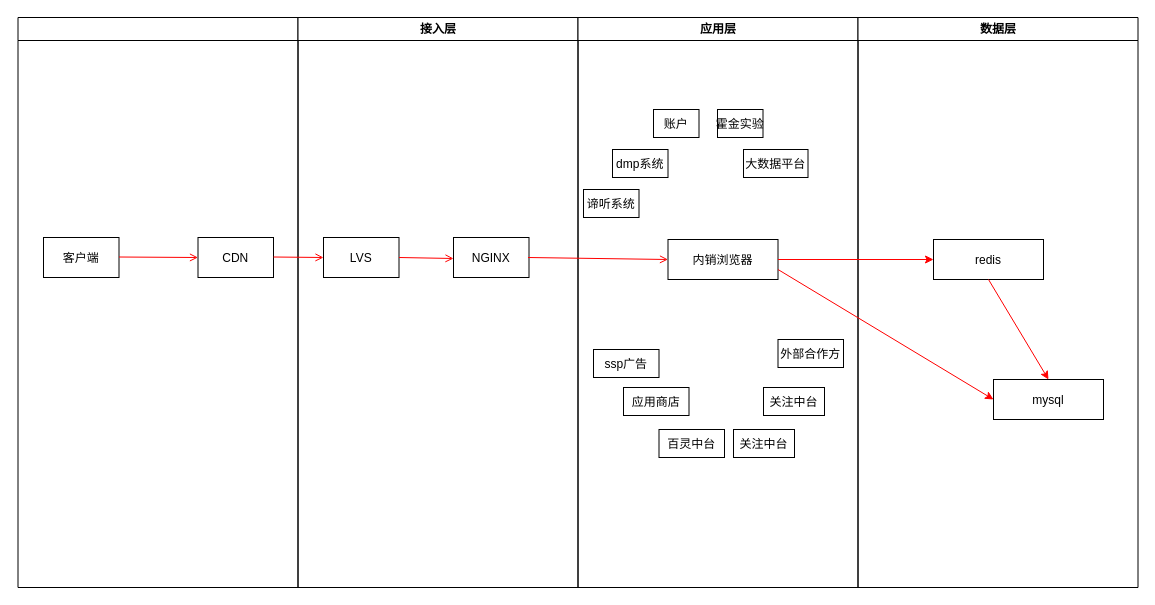
Before: 1.drawio in jqg156/myexample, a draw.io diagram. Source tidied: cells renumbered, new cells numbered last; positions are measured from the earlier drawing's top-left corner, leaving out a move shared by most shapes. Both pictures are drawn from the tidied source at 100%, with x=0, y=0 at pixel (17, 17).
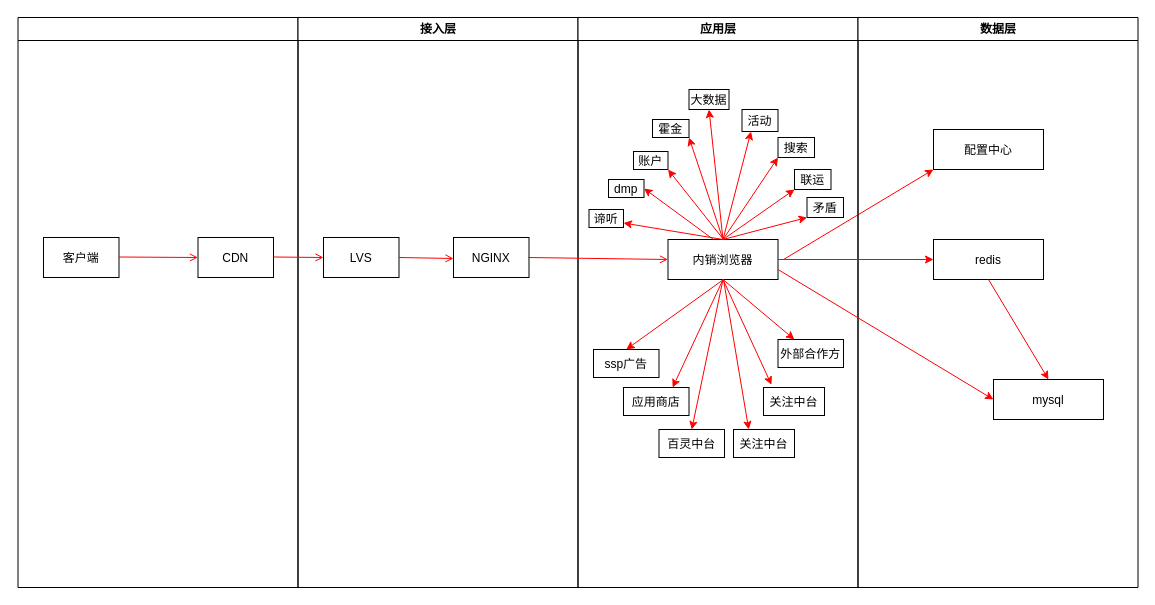
After the change.

The change refers to these unchanged cells:
```xml
<mxCell id="10" value="应用层" style="swimlane;whiteSpace=wrap;" parent="1" vertex="1">
  <mxGeometry x="560.5" width="280" height="570" as="geometry" />
</mxCell>
<mxCell id="11" value="内销浏览器" parent="10" vertex="1">
  <mxGeometry x="90" y="222" width="110" height="40" as="geometry" />
</mxCell>
<mxCell id="13" value="ssp广告" parent="10" vertex="1">
  <mxGeometry x="15.5" y="332" width="65.5" height="28" as="geometry" />
</mxCell>
<mxCell id="15" value="百灵中台" parent="10" vertex="1">
  <mxGeometry x="81" y="412" width="65.5" height="28" as="geometry" />
</mxCell>
<mxCell id="16" value="应用商店" parent="10" vertex="1">
  <mxGeometry x="45.5" y="370" width="65.5" height="28" as="geometry" />
</mxCell>
<mxCell id="17" value="关注中台" parent="10" vertex="1">
  <mxGeometry x="155.5" y="412" width="61" height="28" as="geometry" />
</mxCell>
<mxCell id="18" value="外部合作方" parent="10" vertex="1">
  <mxGeometry x="200" y="322" width="65.5" height="28" as="geometry" />
</mxCell>
<mxCell id="19" value="关注中台" parent="10" vertex="1">
  <mxGeometry x="185.5" y="370" width="61" height="28" as="geometry" />
</mxCell>
<mxCell id="23" value="数据层" style="swimlane;whiteSpace=wrap;" parent="1" vertex="1">
  <mxGeometry x="840.5" width="280" height="570" as="geometry" />
</mxCell>
```

The edit, as a diff of the source:
```diff
@@
     <mxCell id="12" value="账户" parent="10" vertex="1">
-      <mxGeometry x="75.5" y="92" width="45.5" height="28" as="geometry" />
+      <mxGeometry x="55.5" y="134" width="34.5" height="18" as="geometry" />
     </mxCell>
@@
-    <mxCell id="14" value="谛听系统" parent="10" vertex="1">
-      <mxGeometry x="5.5" y="172" width="55.5" height="28" as="geometry" />
+    <mxCell id="14" value="谛听" parent="10" vertex="1">
+      <mxGeometry x="11" y="192" width="34.5" height="18" as="geometry" />
     </mxCell>
@@
-    <mxCell id="20" value="dmp系统" parent="10" vertex="1">
-      <mxGeometry x="34.5" y="132" width="55.5" height="28" as="geometry" />
+    <mxCell id="20" value="dmp" parent="10" vertex="1">
+      <mxGeometry x="30.5" y="162" width="35.5" height="18" as="geometry" />
     </mxCell>
-    <mxCell id="21" value="霍金实验" parent="10" vertex="1">
-      <mxGeometry x="139.5" y="92" width="45.5" height="28" as="geometry" />
+    <mxCell id="21" value="霍金" parent="10" vertex="1">
+      <mxGeometry x="74.5" y="102" width="36.5" height="18" as="geometry" />
     </mxCell>
-    <mxCell id="22" value="大数据平台" parent="10" vertex="1">
-      <mxGeometry x="165.5" y="132" width="64.5" height="28" as="geometry" />
+    <mxCell id="22" value="大数据" parent="10" vertex="1">
+      <mxGeometry x="111" y="72" width="40" height="20" as="geometry" />
     </mxCell>
+    <mxCell id="31" value="活动" parent="10" vertex="1">
+      <mxGeometry x="164" y="92" width="36" height="22" as="geometry" />
+    </mxCell>
+    <mxCell id="32" value="搜索" parent="10" vertex="1">
+      <mxGeometry x="200" y="120" width="36.5" height="20" as="geometry" />
+    </mxCell>
+    <mxCell id="33" value="联运" parent="10" vertex="1">
+      <mxGeometry x="216.5" y="152" width="36.5" height="20" as="geometry" />
+    </mxCell>
+    <mxCell id="34" value="矛盾" parent="10" vertex="1">
+      <mxGeometry x="229" y="180" width="36.5" height="20" as="geometry" />
+    </mxCell>
+    <mxCell id="35" style="endArrow=classic;html=1;rounded=0;strokeColor=#FF0000;entryX=0.5;entryY=0;entryDx=0;entryDy=0;" parent="10" edge="1" target="13">
+      <mxGeometry relative="1" as="geometry">
+        <mxPoint x="145.5" y="262" as="sourcePoint" />
+      </mxGeometry>
+    </mxCell>
+    <mxCell id="36" style="endArrow=classic;html=1;rounded=0;strokeColor=#FF0000;entryX=0.75;entryY=0;entryDx=0;entryDy=0;exitX=0.5;exitY=1;exitDx=0;exitDy=0;" parent="10" edge="1" source="11" target="16">
+      <mxGeometry relative="1" as="geometry" />
+    </mxCell>
+    <mxCell id="37" style="endArrow=classic;html=1;rounded=0;strokeColor=#FF0000;exitX=0.5;exitY=1;exitDx=0;exitDy=0;entryX=0.5;entryY=0;entryDx=0;entryDy=0;" parent="10" edge="1" source="11" target="15">
+      <mxGeometry relative="1" as="geometry" />
+    </mxCell>
+    <mxCell id="38" style="endArrow=classic;html=1;rounded=0;strokeColor=#FF0000;exitX=0.5;exitY=1;exitDx=0;exitDy=0;entryX=0.131;entryY=-0.095;entryDx=0;entryDy=0;entryPerimeter=0;" parent="10" edge="1" source="11" target="19">
+      <mxGeometry relative="1" as="geometry" />
+    </mxCell>
+    <mxCell id="39" style="endArrow=classic;html=1;rounded=0;strokeColor=#FF0000;exitX=0.5;exitY=1;exitDx=0;exitDy=0;entryX=0.25;entryY=0;entryDx=0;entryDy=0;" parent="10" edge="1" source="11" target="18">
+      <mxGeometry relative="1" as="geometry" />
+    </mxCell>
+    <mxCell id="40" style="endArrow=classic;html=1;rounded=0;strokeColor=#FF0000;exitX=0.5;exitY=0;exitDx=0;exitDy=0;entryX=1;entryY=0.75;entryDx=0;entryDy=0;" parent="10" edge="1" source="11" target="14">
+      <mxGeometry relative="1" as="geometry" />
+    </mxCell>
+    <mxCell id="41" style="endArrow=classic;html=1;rounded=0;strokeColor=#FF0000;exitX=0.5;exitY=0;exitDx=0;exitDy=0;entryX=1;entryY=1;entryDx=0;entryDy=0;" parent="10" edge="1" source="11" target="21">
+      <mxGeometry relative="1" as="geometry" />
+    </mxCell>
+    <mxCell id="42" style="endArrow=classic;html=1;rounded=0;strokeColor=#FF0000;exitX=0.5;exitY=0;exitDx=0;exitDy=0;entryX=0.5;entryY=1;entryDx=0;entryDy=0;" parent="10" edge="1" source="11" target="22">
+      <mxGeometry relative="1" as="geometry" />
+    </mxCell>
+    <mxCell id="43" style="endArrow=classic;html=1;rounded=0;strokeColor=#FF0000;exitX=0.5;exitY=0;exitDx=0;exitDy=0;entryX=0.25;entryY=1;entryDx=0;entryDy=0;" parent="10" edge="1" source="11" target="31">
+      <mxGeometry relative="1" as="geometry" />
+    </mxCell>
+    <mxCell id="44" style="endArrow=classic;html=1;rounded=0;strokeColor=#FF0000;exitX=0.5;exitY=0;exitDx=0;exitDy=0;entryX=0;entryY=1;entryDx=0;entryDy=0;" parent="10" edge="1" source="11" target="32">
+      <mxGeometry relative="1" as="geometry" />
+    </mxCell>
+    <mxCell id="45" style="endArrow=classic;html=1;rounded=0;strokeColor=#FF0000;exitX=0.5;exitY=0;exitDx=0;exitDy=0;entryX=0;entryY=1;entryDx=0;entryDy=0;" parent="10" edge="1" source="11" target="33">
+      <mxGeometry relative="1" as="geometry" />
+    </mxCell>
+    <mxCell id="46" style="endArrow=classic;html=1;rounded=0;strokeColor=#FF0000;exitX=0.5;exitY=0;exitDx=0;exitDy=0;entryX=0;entryY=1;entryDx=0;entryDy=0;" parent="10" edge="1" source="11" target="34">
+      <mxGeometry relative="1" as="geometry" />
+    </mxCell>
+    <mxCell id="47" style="endArrow=classic;html=1;rounded=0;strokeColor=#FF0000;entryX=0;entryY=1;entryDx=0;entryDy=0;" parent="10" edge="1" target="48">
+      <mxGeometry relative="1" as="geometry">
+        <mxPoint x="205.5" y="242" as="sourcePoint" />
+      </mxGeometry>
+    </mxCell>
@@
+    <mxCell id="48" value="配置中心" parent="23" vertex="1">
+      <mxGeometry x="75.5" y="112" width="110" height="40" as="geometry" />
+    </mxCell>
@@
+    <mxCell id="49" style="endArrow=classic;html=1;rounded=0;strokeColor=#FF0000;entryX=0.25;entryY=0;entryDx=0;entryDy=0;" parent="1" edge="1" target="17">
+      <mxGeometry relative="1" as="geometry">
+        <mxPoint x="706" y="262" as="sourcePoint" />
+      </mxGeometry>
+    </mxCell>
+    <mxCell id="50" style="endArrow=classic;html=1;rounded=0;strokeColor=#FF0000;entryX=1;entryY=0.5;entryDx=0;entryDy=0;" parent="1" edge="1" target="20">
+      <mxGeometry relative="1" as="geometry">
+        <mxPoint x="696" y="222" as="sourcePoint" />
+      </mxGeometry>
+    </mxCell>
+    <mxCell id="51" style="endArrow=classic;html=1;rounded=0;strokeColor=#FF0000;entryX=1;entryY=1;entryDx=0;entryDy=0;" parent="1" edge="1" target="12">
+      <mxGeometry relative="1" as="geometry">
+        <mxPoint x="706" y="222" as="sourcePoint" />
+      </mxGeometry>
+    </mxCell>
```
